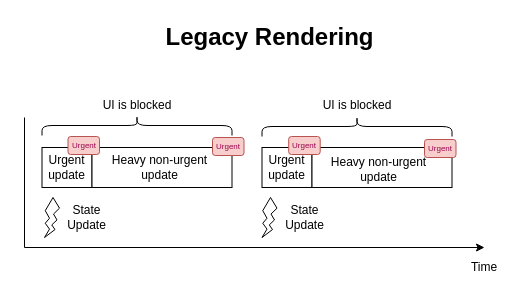
panzerdp/dmitripavlutin.com keeps this draw.io diagram as page "Legacy Rendering Mode" (1 of 2) of content/posts/137-react-usetransition/diagrams/diagram.drawio. Above is the earlier version. Source tidied: cells renumbered, new cells numbered last; positions are measured from the earlier drawing's top-left corner, leaving out a move shared by most shapes. Both pictures are drawn from the tidied source at 100%, with x=0, y=0 at pixel (24, 17).
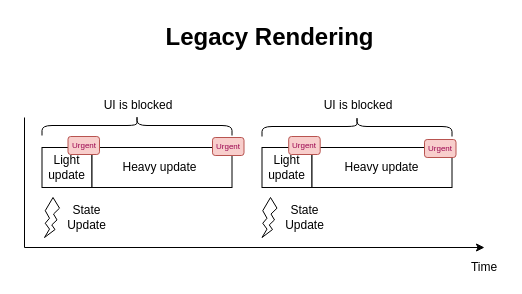
After the change.

Diff of the diagram source:
```diff
@@
-    <mxCell id="4" value="Urgent update" style="text;html=1;strokeColor=none;fillColor=none;align=center;verticalAlign=middle;whiteSpace=wrap;rounded=0;" parent="1" vertex="1">
+    <mxCell id="4" value="Light update" style="text;html=1;strokeColor=none;fillColor=none;align=center;verticalAlign=middle;whiteSpace=wrap;rounded=0;" parent="1" vertex="1">
       <mxGeometry x="10" y="140" width="65" height="20" as="geometry" />
     </mxCell>
@@
-    <mxCell id="6" value="Heavy non-urgent update" style="text;html=1;strokeColor=none;fillColor=none;align=center;verticalAlign=middle;whiteSpace=wrap;rounded=0;" parent="1" vertex="1">
+    <mxCell id="6" value="Heavy update" style="text;html=1;strokeColor=none;fillColor=none;align=center;verticalAlign=middle;whiteSpace=wrap;rounded=0;" parent="1" vertex="1">
       <mxGeometry x="83.5" y="140" width="102.5" height="20" as="geometry" />
     </mxCell>
@@
     <mxCell id="17" value="UI is blocked" style="text;html=1;strokeColor=none;fillColor=none;align=center;verticalAlign=middle;whiteSpace=wrap;rounded=0;" parent="1" vertex="1">
-      <mxGeometry x="62.5" y="78" width="100" height="20" as="geometry" />
+      <mxGeometry x="63.5" y="78" width="100" height="20" as="geometry" />
     </mxCell>
@@
     <mxCell id="19" value="UI is blocked" style="text;html=1;strokeColor=none;fillColor=none;align=center;verticalAlign=middle;whiteSpace=wrap;rounded=0;" parent="1" vertex="1">
-      <mxGeometry x="282.5" y="78" width="100" height="20" as="geometry" />
+      <mxGeometry x="283.5" y="78" width="100" height="20" as="geometry" />
     </mxCell>
@@
-    <mxCell id="24" value="Urgent update" style="text;html=1;strokeColor=none;fillColor=none;align=center;verticalAlign=middle;whiteSpace=wrap;rounded=0;" parent="1" vertex="1">
+    <mxCell id="24" value="Light update" style="text;html=1;strokeColor=none;fillColor=none;align=center;verticalAlign=middle;whiteSpace=wrap;rounded=0;" parent="1" vertex="1">
       <mxGeometry x="230" y="140" width="65" height="20" as="geometry" />
     </mxCell>
-    <mxCell id="25" value="Heavy non-urgent update" style="text;html=1;strokeColor=none;fillColor=none;align=center;verticalAlign=middle;whiteSpace=wrap;rounded=0;" parent="1" vertex="1">
-      <mxGeometry x="303.2" y="142" width="102.5" height="20" as="geometry" />
+    <mxCell id="25" value="Heavy update" style="text;html=1;strokeColor=none;fillColor=none;align=center;verticalAlign=middle;whiteSpace=wrap;rounded=0;" parent="1" vertex="1">
+      <mxGeometry x="306.2" y="140" width="102.5" height="20" as="geometry" />
     </mxCell>
```
